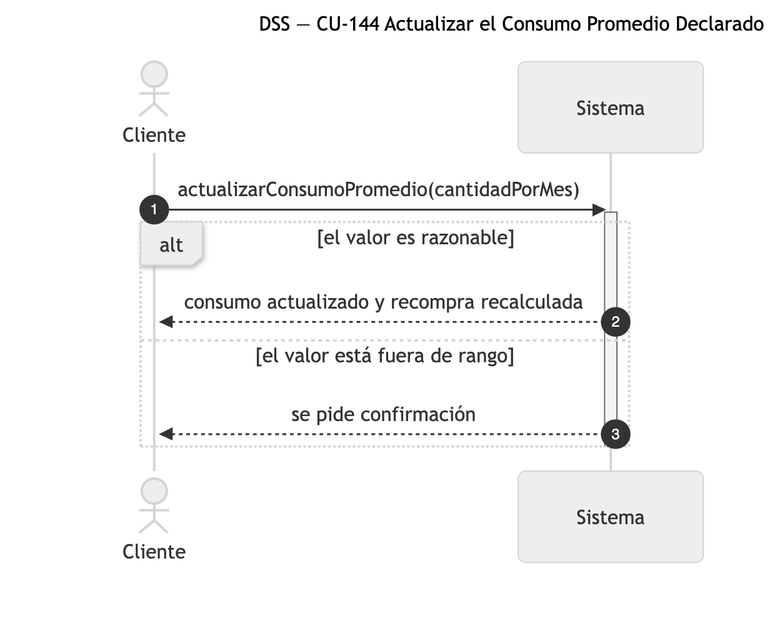
Before: diagramas/png/DSS_CU-144_Actualizar-el-Consumo-Promedio-Declarado.png, a diagram exported from Mermaid (Nahuelito-Dev/splg-docs). Its source is kept beside it as diagramas/DSS_CU-144_Actualizar-el-Consumo-Promedio-Declarado.mmd.
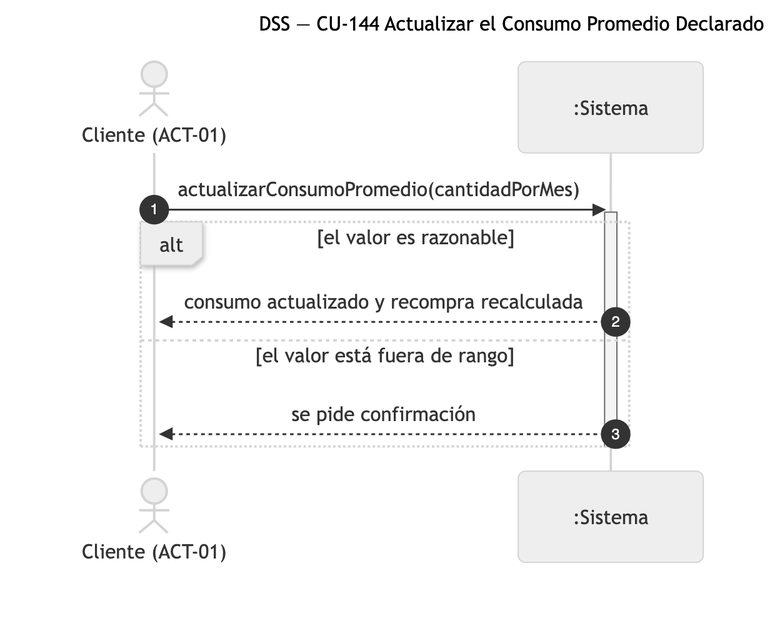
Later version of the same file.

The edit, as a diff of the source:
```diff
@@ -1,8 +1,8 @@
 sequenceDiagram
     title DSS — CU-144 Actualizar el Consumo Promedio Declarado
     autonumber
-    actor CLI as Cliente
-    participant SIS as Sistema
+    actor CLI as Cliente (ACT-01)
+    participant SIS as :Sistema
 
     CLI->>SIS: actualizarConsumoPromedio(cantidadPorMes)
     activate SIS
```
